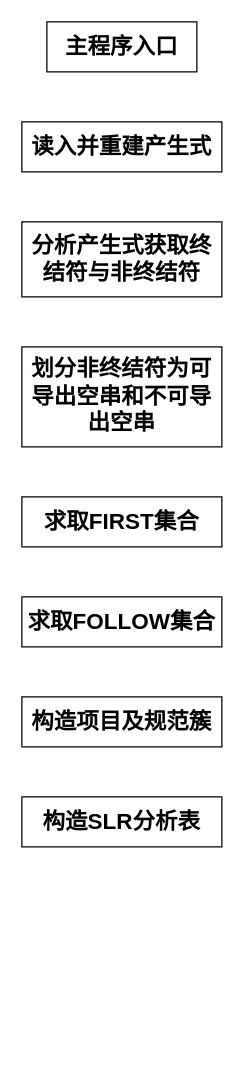
Before: CS/CompilersPrinciples/GrammaticalAnalysis.drawio in umiskky/Diagrams, a draw.io diagram. Source tidied: cells renumbered, new cells numbered last; positions are measured from the earlier drawing's top-left corner, leaving out a move shared by most shapes. Both pictures are drawn from the tidied source at 125%, with x=0, y=0 at pixel (21, 21).
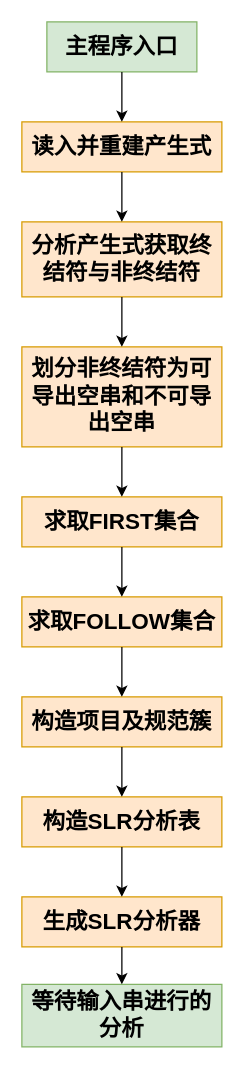
The same diagram, later.

The edit, as a diff of the source:
```diff
@@
+    <mxCell id="10" style="group;" parent="1" vertex="1">
+      <mxGeometry width="160" height="820" as="geometry" />
+    </mxCell>
-    <mxCell id="2" value="&lt;font style=&quot;font-size: 18px&quot;&gt;&lt;b&gt;主程序入口&lt;/b&gt;&lt;/font&gt;" style="rounded=0;whiteSpace=wrap;html=1;" parent="1" vertex="1">
+    <mxCell id="2" value="&lt;font style=&quot;font-size: 18px&quot;&gt;&lt;b&gt;主程序入口&lt;/b&gt;&lt;/font&gt;" style="rounded=0;whiteSpace=wrap;html=1;fillColor=#d5e8d4;strokeColor=#82b366;" parent="10" vertex="1">
       <mxGeometry x="20" width="120" height="40" as="geometry" />
     </mxCell>
-    <mxCell id="3" value="&lt;font style=&quot;font-size: 18px&quot;&gt;&lt;b&gt;读入并重建产生式&lt;/b&gt;&lt;/font&gt;" style="rounded=0;whiteSpace=wrap;html=1;" parent="1" vertex="1">
+    <mxCell id="3" value="&lt;font style=&quot;font-size: 18px&quot;&gt;&lt;b&gt;读入并重建产生式&lt;/b&gt;&lt;/font&gt;" style="rounded=0;whiteSpace=wrap;html=1;fillColor=#ffe6cc;strokeColor=#d79b00;" parent="10" vertex="1">
       <mxGeometry y="80" width="160" height="40" as="geometry" />
     </mxCell>
+    <mxCell id="11" style="edgeStyle=orthogonalEdgeStyle;rounded=0;jettySize=auto;html=1;exitX=0.5;exitY=1;exitDx=0;exitDy=0;" parent="10" edge="1" source="2" target="3">
+      <mxGeometry relative="1" as="geometry" />
+    </mxCell>
-    <mxCell id="4" value="&lt;font style=&quot;font-size: 18px&quot;&gt;&lt;b&gt;分析产生式获取终结符与非终结符&lt;/b&gt;&lt;/font&gt;" style="rounded=0;whiteSpace=wrap;html=1;" parent="1" vertex="1">
+    <mxCell id="4" value="&lt;font style=&quot;font-size: 18px&quot;&gt;&lt;b&gt;分析产生式获取终结符与非终结符&lt;/b&gt;&lt;/font&gt;" style="rounded=0;whiteSpace=wrap;html=1;fillColor=#ffe6cc;strokeColor=#d79b00;" parent="10" vertex="1">
       <mxGeometry y="160" width="160" height="60" as="geometry" />
     </mxCell>
+    <mxCell id="12" style="edgeStyle=orthogonalEdgeStyle;rounded=0;jettySize=auto;html=1;exitX=0.5;exitY=1;exitDx=0;exitDy=0;" parent="10" edge="1" source="3" target="4">
+      <mxGeometry relative="1" as="geometry" />
+    </mxCell>
-    <mxCell id="5" value="&lt;span style=&quot;font-size: 18px&quot;&gt;&lt;b&gt;划分非终结符为可导出空串和不可导出空串&lt;br&gt;&lt;/b&gt;&lt;/span&gt;" style="rounded=0;whiteSpace=wrap;html=1;" parent="1" vertex="1">
+    <mxCell id="5" value="&lt;span style=&quot;font-size: 18px&quot;&gt;&lt;b&gt;划分非终结符为可导出空串和不可导出空串&lt;br&gt;&lt;/b&gt;&lt;/span&gt;" style="rounded=0;whiteSpace=wrap;html=1;fillColor=#ffe6cc;strokeColor=#d79b00;" parent="10" vertex="1">
       <mxGeometry y="260" width="160" height="80" as="geometry" />
     </mxCell>
+    <mxCell id="13" style="edgeStyle=orthogonalEdgeStyle;rounded=0;jettySize=auto;html=1;exitX=0.5;exitY=1;exitDx=0;exitDy=0;entryX=0.5;entryY=0;entryDx=0;entryDy=0;" parent="10" edge="1" source="4" target="5">
+      <mxGeometry relative="1" as="geometry" />
+    </mxCell>
-    <mxCell id="6" value="&lt;span style=&quot;font-size: 18px&quot;&gt;&lt;b&gt;求取FIRST集合&lt;br&gt;&lt;/b&gt;&lt;/span&gt;" style="rounded=0;whiteSpace=wrap;html=1;" parent="1" vertex="1">
+    <mxCell id="6" value="&lt;span style=&quot;font-size: 18px&quot;&gt;&lt;b&gt;求取FIRST集合&lt;br&gt;&lt;/b&gt;&lt;/span&gt;" style="rounded=0;whiteSpace=wrap;html=1;fillColor=#ffe6cc;strokeColor=#d79b00;" parent="10" vertex="1">
       <mxGeometry y="380" width="160" height="40" as="geometry" />
     </mxCell>
+    <mxCell id="14" style="edgeStyle=orthogonalEdgeStyle;rounded=0;jettySize=auto;html=1;exitX=0.5;exitY=1;exitDx=0;exitDy=0;entryX=0.5;entryY=0;entryDx=0;entryDy=0;" parent="10" edge="1" source="5" target="6">
+      <mxGeometry relative="1" as="geometry" />
+    </mxCell>
-    <mxCell id="7" value="&lt;span style=&quot;font-size: 18px&quot;&gt;&lt;b&gt;求取FOLLOW集合&lt;br&gt;&lt;/b&gt;&lt;/span&gt;" style="rounded=0;whiteSpace=wrap;html=1;" parent="1" vertex="1">
+    <mxCell id="7" value="&lt;span style=&quot;font-size: 18px&quot;&gt;&lt;b&gt;求取FOLLOW集合&lt;br&gt;&lt;/b&gt;&lt;/span&gt;" style="rounded=0;whiteSpace=wrap;html=1;fillColor=#ffe6cc;strokeColor=#d79b00;" parent="10" vertex="1">
       <mxGeometry y="460" width="160" height="40" as="geometry" />
     </mxCell>
+    <mxCell id="15" style="edgeStyle=orthogonalEdgeStyle;rounded=0;jettySize=auto;html=1;exitX=0.5;exitY=1;exitDx=0;exitDy=0;entryX=0.5;entryY=0;entryDx=0;entryDy=0;" parent="10" edge="1" source="6" target="7">
+      <mxGeometry relative="1" as="geometry" />
+    </mxCell>
-    <mxCell id="8" value="&lt;span style=&quot;font-size: 18px&quot;&gt;&lt;b&gt;构造项目及规范簇&lt;br&gt;&lt;/b&gt;&lt;/span&gt;" style="rounded=0;whiteSpace=wrap;html=1;" parent="1" vertex="1">
+    <mxCell id="8" value="&lt;span style=&quot;font-size: 18px&quot;&gt;&lt;b&gt;构造项目及规范簇&lt;br&gt;&lt;/b&gt;&lt;/span&gt;" style="rounded=0;whiteSpace=wrap;html=1;fillColor=#ffe6cc;strokeColor=#d79b00;" parent="10" vertex="1">
       <mxGeometry y="540" width="160" height="40" as="geometry" />
     </mxCell>
+    <mxCell id="16" style="edgeStyle=orthogonalEdgeStyle;rounded=0;jettySize=auto;html=1;exitX=0.5;exitY=1;exitDx=0;exitDy=0;entryX=0.5;entryY=0;entryDx=0;entryDy=0;" parent="10" edge="1" source="7" target="8">
+      <mxGeometry relative="1" as="geometry" />
+    </mxCell>
-    <mxCell id="9" value="&lt;span style=&quot;font-size: 18px&quot;&gt;&lt;b&gt;构造SLR分析表&lt;br&gt;&lt;/b&gt;&lt;/span&gt;" style="rounded=0;whiteSpace=wrap;html=1;" parent="1" vertex="1">
+    <mxCell id="9" value="&lt;span style=&quot;font-size: 18px&quot;&gt;&lt;b&gt;构造SLR分析表&lt;br&gt;&lt;/b&gt;&lt;/span&gt;" style="rounded=0;whiteSpace=wrap;html=1;fillColor=#ffe6cc;strokeColor=#d79b00;" parent="10" vertex="1">
       <mxGeometry y="620" width="160" height="40" as="geometry" />
     </mxCell>
+    <mxCell id="17" style="edgeStyle=orthogonalEdgeStyle;rounded=0;jettySize=auto;html=1;exitX=0.5;exitY=1;exitDx=0;exitDy=0;entryX=0.5;entryY=0;entryDx=0;entryDy=0;" parent="10" edge="1" source="8" target="9">
+      <mxGeometry relative="1" as="geometry" />
+    </mxCell>
+    <mxCell id="18" value="&lt;span style=&quot;font-size: 18px&quot;&gt;&lt;b&gt;生成SLR分析器&lt;br&gt;&lt;/b&gt;&lt;/span&gt;" style="rounded=0;whiteSpace=wrap;html=1;fillColor=#ffe6cc;strokeColor=#d79b00;" parent="10" vertex="1">
+      <mxGeometry y="700" width="160" height="40" as="geometry" />
+    </mxCell>
+    <mxCell id="19" style="edgeStyle=orthogonalEdgeStyle;rounded=0;jettySize=auto;html=1;entryX=0.5;entryY=0;entryDx=0;entryDy=0;" parent="10" edge="1" source="9" target="18">
+      <mxGeometry relative="1" as="geometry" />
+    </mxCell>
+    <mxCell id="20" value="&lt;span style=&quot;font-size: 18px&quot;&gt;&lt;b&gt;等待输入串进行的分析&lt;/b&gt;&lt;/span&gt;" style="rounded=0;whiteSpace=wrap;html=1;fillColor=#d5e8d4;strokeColor=#82b366;" parent="10" vertex="1">
+      <mxGeometry y="770" width="160" height="50" as="geometry" />
+    </mxCell>
+    <mxCell id="21" style="edgeStyle=orthogonalEdgeStyle;rounded=0;jettySize=auto;html=1;exitX=0.5;exitY=1;exitDx=0;exitDy=0;entryX=0.5;entryY=0;entryDx=0;entryDy=0;" parent="10" edge="1" source="18" target="20">
+      <mxGeometry relative="1" as="geometry" />
+    </mxCell>
```
